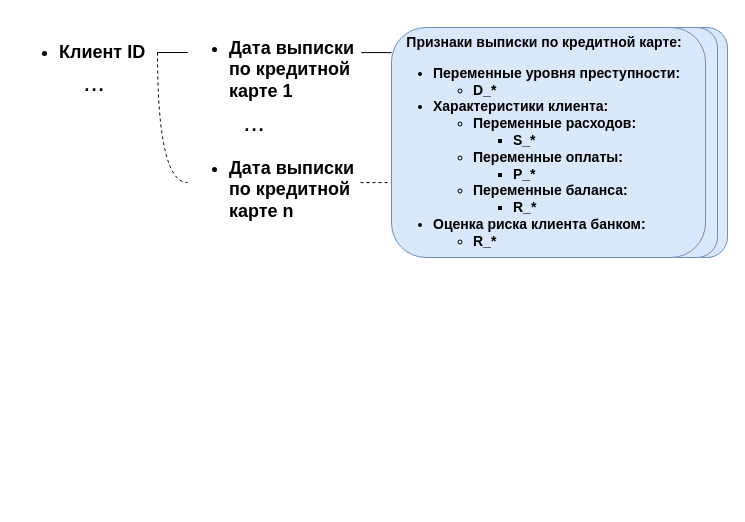
This is diplom_graphs/amex_feats.drawio from DenDiv/draw_io_graphs, a draw.io file, before an edit. Source tidied: cells renumbered, new cells numbered last; positions are measured from the earlier drawing's top-left corner, leaving out a move shared by most shapes. Both pictures are drawn from the tidied source at 100%, with x=0, y=0 at pixel (17, 17).
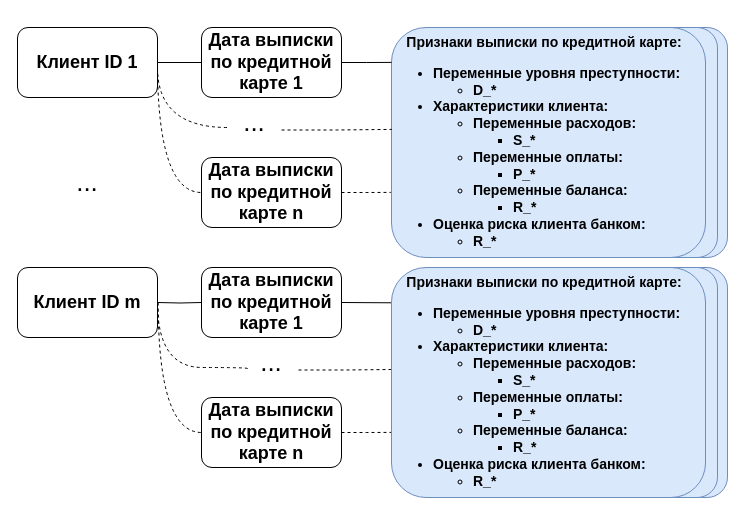
The same diagram, later.

Change to the diagram source:
```diff
@@
-    <mxCell id="4" style="edgeStyle=orthogonalEdgeStyle;rounded=0;jettySize=auto;html=1;exitX=1;exitY=0.5;exitDx=0;exitDy=0;entryX=0.002;entryY=0.387;entryDx=0;entryDy=0;entryPerimeter=0;fontSize=20;endArrow=none;endFill=0;" parent="1" edge="1" source="6" target="7">
-      <mxGeometry relative="1" as="geometry" />
-    </mxCell>
-    <mxCell id="5" style="edgeStyle=orthogonalEdgeStyle;rounded=0;jettySize=auto;html=1;exitX=1;exitY=0.5;exitDx=0;exitDy=0;fontSize=20;endArrow=none;endFill=0;elbow=vertical;curved=1;dashed=1;entryX=0;entryY=0.5;entryDx=0;entryDy=0;" parent="1" edge="1" source="6" target="11">
-      <mxGeometry relative="1" as="geometry">
-        <Array as="points">
-          <mxPoint x="140" y="165" />
-        </Array>
-      </mxGeometry>
-    </mxCell>
-    <mxCell id="6" value="&lt;ul style=&quot;font-size: 18px;&quot;&gt;&lt;li style=&quot;font-size: 18px;&quot;&gt;Клиент ID&amp;nbsp;&lt;/li&gt;&lt;/ul&gt;" style="text;strokeColor=none;fillColor=none;html=1;whiteSpace=wrap;verticalAlign=middle;overflow=hidden;fontSize=18;fontStyle=1;" parent="1" vertex="1">
-      <mxGeometry width="140" height="70" as="geometry" />
-    </mxCell>
-    <mxCell id="7" value="&lt;ul style=&quot;font-size: 18px;&quot;&gt;&lt;li style=&quot;font-size: 18px;&quot;&gt;Дата выписки по кредитной карте 1&lt;/li&gt;&lt;/ul&gt;" style="text;strokeColor=none;fillColor=none;html=1;whiteSpace=wrap;verticalAlign=middle;overflow=hidden;rounded=1;arcSize=50;shadow=0;align=left;fontSize=18;fontStyle=1;" parent="1" vertex="1">
-      <mxGeometry x="170" width="168" height="90" as="geometry" />
-    </mxCell>
-    <mxCell id="8" value="..." style="text;html=1;strokeColor=none;fillColor=none;align=center;verticalAlign=middle;whiteSpace=wrap;rounded=0;fontSize=26;" parent="1" vertex="1">
-      <mxGeometry x="210" y="90" width="54" height="30" as="geometry" />
-    </mxCell>
@@
-    <mxCell id="10" value="..." style="text;html=1;strokeColor=none;fillColor=none;align=center;verticalAlign=middle;whiteSpace=wrap;rounded=0;fontSize=26;" parent="1" vertex="1">
-      <mxGeometry x="50" y="50" width="54" height="30" as="geometry" />
-    </mxCell>
-    <mxCell id="11" value="&lt;ul style=&quot;font-size: 18px;&quot;&gt;&lt;li style=&quot;font-size: 18px;&quot;&gt;Дата выписки по кредитной карте n&lt;/li&gt;&lt;/ul&gt;" style="text;strokeColor=none;fillColor=none;html=1;whiteSpace=wrap;verticalAlign=middle;overflow=hidden;rounded=1;arcSize=50;shadow=0;align=left;fontSize=18;fontStyle=1;" parent="1" vertex="1">
-      <mxGeometry x="170" y="120" width="168" height="90" as="geometry" />
-    </mxCell>
-    <mxCell id="12" style="edgeStyle=orthogonalEdgeStyle;rounded=0;orthogonalLoop=1;jettySize=auto;html=1;exitX=1;exitY=0.5;exitDx=0;exitDy=0;entryX=0.002;entryY=0.387;entryDx=0;entryDy=0;entryPerimeter=0;fontSize=20;endArrow=none;endFill=0;" parent="1" edge="1">
-      <mxGeometry relative="1" as="geometry">
-        <mxPoint x="343.7" y="35.1" as="sourcePoint" />
-        <mxPoint x="374" y="34.9" as="targetPoint" />
-      </mxGeometry>
-    </mxCell>
-    <mxCell id="13" style="edgeStyle=orthogonalEdgeStyle;rounded=0;orthogonalLoop=1;jettySize=auto;html=1;exitX=1;exitY=0.5;exitDx=0;exitDy=0;entryX=0.002;entryY=0.387;entryDx=0;entryDy=0;entryPerimeter=0;fontSize=20;endArrow=none;endFill=0;dashed=1;" parent="1" edge="1">
-      <mxGeometry relative="1" as="geometry">
-        <mxPoint x="343" y="165.1" as="sourcePoint" />
-        <mxPoint x="373.3" y="164.9" as="targetPoint" />
-      </mxGeometry>
-    </mxCell>
+    <mxCell id="14" style="edgeStyle=orthogonalEdgeStyle;rounded=0;jettySize=auto;html=1;exitX=1;exitY=0.5;exitDx=0;exitDy=0;entryX=0;entryY=0.5;entryDx=0;entryDy=0;fontSize=20;endArrow=none;endFill=0;" parent="1" edge="1" source="16" target="24">
+      <mxGeometry relative="1" as="geometry" />
+    </mxCell>
+    <mxCell id="15" style="edgeStyle=orthogonalEdgeStyle;rounded=0;jettySize=auto;html=1;exitX=1;exitY=0.5;exitDx=0;exitDy=0;fontSize=20;endArrow=none;endFill=0;elbow=vertical;curved=1;dashed=1;entryX=0;entryY=0.5;entryDx=0;entryDy=0;" parent="1" edge="1" source="16" target="25">
+      <mxGeometry relative="1" as="geometry">
+        <Array as="points">
+          <mxPoint x="140" y="175" />
+        </Array>
+      </mxGeometry>
+    </mxCell>
+    <mxCell id="16" value="&lt;div style=&quot;&quot;&gt;&lt;span style=&quot;background-color: initial;&quot;&gt;Клиент ID 1&lt;/span&gt;&lt;/div&gt;" style="text;strokeColor=default;fillColor=none;html=1;whiteSpace=wrap;verticalAlign=middle;overflow=hidden;fontSize=18;fontStyle=1;rounded=1;align=center;" parent="1" vertex="1">
+      <mxGeometry y="10" width="140" height="70" as="geometry" />
+    </mxCell>
+    <mxCell id="17" value="..." style="text;html=1;strokeColor=none;fillColor=none;align=center;verticalAlign=middle;whiteSpace=wrap;rounded=0;fontSize=26;" parent="1" vertex="1">
+      <mxGeometry x="210" y="90" width="54" height="30" as="geometry" />
+    </mxCell>
+    <mxCell id="18" value="..." style="text;html=1;strokeColor=none;fillColor=none;align=center;verticalAlign=middle;whiteSpace=wrap;rounded=0;fontSize=26;" parent="1" vertex="1">
+      <mxGeometry x="43" y="150" width="54" height="30" as="geometry" />
+    </mxCell>
+    <mxCell id="19" style="edgeStyle=orthogonalEdgeStyle;rounded=0;jettySize=auto;html=1;exitX=1;exitY=0.5;exitDx=0;exitDy=0;entryX=0.002;entryY=0.387;entryDx=0;entryDy=0;entryPerimeter=0;fontSize=20;endArrow=none;endFill=0;" parent="1" edge="1" source="24">
+      <mxGeometry relative="1" as="geometry">
+        <mxPoint x="374" y="44.9" as="targetPoint" />
+      </mxGeometry>
+    </mxCell>
+    <mxCell id="20" style="edgeStyle=orthogonalEdgeStyle;rounded=0;jettySize=auto;html=1;exitX=1;exitY=0.5;exitDx=0;exitDy=0;entryX=0.002;entryY=0.387;entryDx=0;entryDy=0;entryPerimeter=0;fontSize=20;endArrow=none;endFill=0;dashed=1;" parent="1" edge="1" source="25">
+      <mxGeometry relative="1" as="geometry">
+        <mxPoint x="373.3" y="174.9" as="targetPoint" />
+      </mxGeometry>
+    </mxCell>
+    <mxCell id="21" value="&lt;div style=&quot;&quot;&gt;&lt;span style=&quot;background-color: initial;&quot;&gt;Клиент ID m&lt;/span&gt;&lt;/div&gt;" style="text;strokeColor=default;fillColor=none;html=1;whiteSpace=wrap;verticalAlign=middle;overflow=hidden;fontSize=18;fontStyle=1;rounded=1;align=center;" parent="1" vertex="1">
+      <mxGeometry y="250" width="140" height="70" as="geometry" />
+    </mxCell>
+    <mxCell id="22" style="edgeStyle=orthogonalEdgeStyle;rounded=0;orthogonalLoop=1;jettySize=auto;html=1;exitX=1;exitY=0.5;exitDx=0;exitDy=0;fontSize=20;endArrow=none;endFill=0;elbow=vertical;curved=1;dashed=1;" parent="1" edge="1">
+      <mxGeometry relative="1" as="geometry">
+        <mxPoint x="140" y="50" as="sourcePoint" />
+        <mxPoint x="210" y="110" as="targetPoint" />
+        <Array as="points">
+          <mxPoint x="140" y="110" />
+          <mxPoint x="210" y="110" />
+        </Array>
+      </mxGeometry>
+    </mxCell>
+    <mxCell id="23" style="edgeStyle=orthogonalEdgeStyle;rounded=0;jettySize=auto;html=1;exitX=1;exitY=0.5;exitDx=0;exitDy=0;entryX=0;entryY=0.5;entryDx=0;entryDy=0;fontSize=20;endArrow=none;endFill=0;" parent="1" edge="1" target="27">
+      <mxGeometry relative="1" as="geometry">
+        <mxPoint x="140" y="285" as="sourcePoint" />
+      </mxGeometry>
+    </mxCell>
+    <mxCell id="24" value="&lt;div style=&quot;&quot;&gt;&lt;span style=&quot;background-color: initial;&quot;&gt;Дата выписки по кредитной карте 1&lt;/span&gt;&lt;/div&gt;" style="text;strokeColor=default;fillColor=none;html=1;whiteSpace=wrap;verticalAlign=middle;overflow=hidden;fontSize=18;fontStyle=1;rounded=1;align=center;" parent="1" vertex="1">
+      <mxGeometry x="184" y="10" width="140" height="70" as="geometry" />
+    </mxCell>
+    <mxCell id="25" value="Дата выписки по кредитной карте&amp;nbsp;&lt;span style=&quot;background-color: initial;&quot;&gt;n&lt;/span&gt;" style="text;strokeColor=default;fillColor=none;html=1;whiteSpace=wrap;verticalAlign=middle;overflow=hidden;fontSize=18;fontStyle=1;rounded=1;align=center;" parent="1" vertex="1">
+      <mxGeometry x="184" y="140" width="140" height="70" as="geometry" />
+    </mxCell>
+    <mxCell id="26" style="edgeStyle=orthogonalEdgeStyle;rounded=0;jettySize=auto;html=1;exitX=1;exitY=0.75;exitDx=0;exitDy=0;entryX=0.001;entryY=0.443;entryDx=0;entryDy=0;entryPerimeter=0;fontSize=20;endArrow=none;endFill=0;dashed=1;" parent="1" edge="1" source="17">
+      <mxGeometry relative="1" as="geometry">
+        <mxPoint x="374.3" y="111.9" as="targetPoint" />
+      </mxGeometry>
+    </mxCell>
+    <mxCell id="27" value="Дата выписки по кредитной карте&amp;nbsp;&lt;span style=&quot;background-color: initial;&quot;&gt;1&lt;/span&gt;" style="text;strokeColor=default;fillColor=none;html=1;whiteSpace=wrap;verticalAlign=middle;overflow=hidden;fontSize=18;fontStyle=1;rounded=1;align=center;" parent="1" vertex="1">
+      <mxGeometry x="184" y="250" width="140" height="70" as="geometry" />
+    </mxCell>
+    <mxCell id="28" style="endArrow=none;html=1;rounded=0;exitX=1;exitY=0.5;exitDx=0;exitDy=0;entryX=0.003;entryY=0.133;entryDx=0;entryDy=0;entryPerimeter=0;" parent="1" edge="1" source="27">
+      <mxGeometry relative="1" as="geometry">
+        <mxPoint x="374.8" y="285.3" as="targetPoint" />
+      </mxGeometry>
+    </mxCell>
+    <mxCell id="29" value="..." style="text;html=1;strokeColor=none;fillColor=none;align=center;verticalAlign=middle;whiteSpace=wrap;rounded=0;fontSize=26;" parent="1" vertex="1">
+      <mxGeometry x="227" y="330" width="54" height="30" as="geometry" />
+    </mxCell>
+    <mxCell id="30" style="edgeStyle=orthogonalEdgeStyle;rounded=0;orthogonalLoop=1;jettySize=auto;html=1;exitX=1;exitY=0.5;exitDx=0;exitDy=0;fontSize=20;endArrow=none;endFill=0;elbow=vertical;curved=1;dashed=1;" parent="1" edge="1">
+      <mxGeometry relative="1" as="geometry">
+        <mxPoint x="140" y="285" as="sourcePoint" />
+        <mxPoint x="230" y="350" as="targetPoint" />
+        <Array as="points">
+          <mxPoint x="140" y="350" />
+          <mxPoint x="230" y="350" />
+          <mxPoint x="230" y="352" />
+        </Array>
+      </mxGeometry>
+    </mxCell>
+    <mxCell id="31" style="edgeStyle=orthogonalEdgeStyle;rounded=0;jettySize=auto;html=1;exitX=1;exitY=0.75;exitDx=0;exitDy=0;fontSize=20;endArrow=none;endFill=0;dashed=1;" parent="1" edge="1" source="29">
+      <mxGeometry relative="1" as="geometry">
+        <mxPoint x="374" y="352" as="targetPoint" />
+        <Array as="points">
+          <mxPoint x="328" y="352" />
+          <mxPoint x="374" y="352" />
+        </Array>
+      </mxGeometry>
+    </mxCell>
+    <mxCell id="32" style="edgeStyle=orthogonalEdgeStyle;rounded=0;jettySize=auto;html=1;exitX=1;exitY=0.5;exitDx=0;exitDy=0;fontSize=20;endArrow=none;endFill=0;elbow=vertical;curved=1;dashed=1;entryX=0;entryY=0.5;entryDx=0;entryDy=0;" parent="1" edge="1" target="34">
+      <mxGeometry relative="1" as="geometry">
+        <mxPoint x="140.7" y="285" as="sourcePoint" />
+        <Array as="points">
+          <mxPoint x="140.7" y="415" />
+        </Array>
+      </mxGeometry>
+    </mxCell>
+    <mxCell id="33" style="edgeStyle=orthogonalEdgeStyle;rounded=0;jettySize=auto;html=1;exitX=1;exitY=0.5;exitDx=0;exitDy=0;entryX=0.002;entryY=0.387;entryDx=0;entryDy=0;entryPerimeter=0;fontSize=20;endArrow=none;endFill=0;dashed=1;" parent="1" edge="1" source="34">
+      <mxGeometry relative="1" as="geometry">
+        <mxPoint x="374" y="414.9" as="targetPoint" />
+      </mxGeometry>
+    </mxCell>
+    <mxCell id="34" value="Дата выписки по кредитной карте&amp;nbsp;&lt;span style=&quot;background-color: initial;&quot;&gt;n&lt;/span&gt;" style="text;strokeColor=default;fillColor=none;html=1;whiteSpace=wrap;verticalAlign=middle;overflow=hidden;fontSize=18;fontStyle=1;rounded=1;align=center;" parent="1" vertex="1">
+      <mxGeometry x="184" y="380" width="140" height="70" as="geometry" />
+    </mxCell>
+    <mxCell id="35" style="rounded=1;whiteSpace=wrap;html=1;shadow=0;labelBackgroundColor=none;labelBorderColor=none;strokeColor=#6c8ebf;fontSize=20;fillColor=#dae8fc;" parent="1" vertex="1">
+      <mxGeometry x="574" y="250" width="136" height="230" as="geometry" />
+    </mxCell>
+    <mxCell id="36" style="rounded=1;whiteSpace=wrap;html=1;shadow=0;labelBackgroundColor=none;labelBorderColor=none;strokeColor=#6c8ebf;fontSize=20;fillColor=#dae8fc;" parent="1" vertex="1">
+      <mxGeometry x="564" y="250" width="136" height="230" as="geometry" />
+    </mxCell>
+    <mxCell id="37" value="&amp;nbsp; &amp;nbsp; &lt;font style=&quot;font-size: 14px;&quot;&gt;Признаки выписки по кредитной карте:&lt;br&gt;&lt;/font&gt;&lt;ul style=&quot;font-size: 14px;&quot;&gt;&lt;li style=&quot;&quot;&gt;&lt;font style=&quot;font-size: 14px;&quot;&gt;Переменные уровня преступности:&lt;/font&gt;&lt;/li&gt;&lt;ul style=&quot;&quot;&gt;&lt;li&gt;&lt;font style=&quot;font-size: 14px;&quot;&gt;D_*&amp;nbsp;&lt;/font&gt;&lt;/li&gt;&lt;/ul&gt;&lt;li style=&quot;&quot;&gt;&lt;font style=&quot;font-size: 14px;&quot;&gt;Характеристики клиента:&lt;/font&gt;&lt;/li&gt;&lt;ul style=&quot;&quot;&gt;&lt;li&gt;&lt;font style=&quot;font-size: 14px;&quot;&gt;Переменные расходов:&lt;/font&gt;&lt;/li&gt;&lt;ul&gt;&lt;li&gt;&lt;font style=&quot;font-size: 14px;&quot;&gt;S_*&lt;/font&gt;&lt;/li&gt;&lt;/ul&gt;&lt;li&gt;&lt;font style=&quot;font-size: 14px;&quot;&gt;Переменные оплаты:&lt;/font&gt;&lt;/li&gt;&lt;ul&gt;&lt;li&gt;&lt;font style=&quot;font-size: 14px;&quot;&gt;P_*&lt;/font&gt;&lt;/li&gt;&lt;/ul&gt;&lt;li&gt;&lt;font style=&quot;font-size: 14px;&quot;&gt;Переменные баланса:&lt;/font&gt;&lt;/li&gt;&lt;ul&gt;&lt;li&gt;&lt;font style=&quot;font-size: 14px;&quot;&gt;R_*&lt;/font&gt;&lt;/li&gt;&lt;/ul&gt;&lt;/ul&gt;&lt;li style=&quot;&quot;&gt;&lt;font style=&quot;font-size: 14px;&quot;&gt;Оценка риска клиента банком:&lt;/font&gt;&lt;/li&gt;&lt;ul style=&quot;&quot;&gt;&lt;li style=&quot;&quot;&gt;&lt;font style=&quot;font-size: 14px;&quot;&gt;R_*&lt;/font&gt;&lt;/li&gt;&lt;/ul&gt;&lt;/ul&gt;" style="rounded=1;html=1;align=left;verticalAlign=top;labelBackgroundColor=none;labelBorderColor=none;whiteSpace=wrap;spacing=2;fillColor=#dae8fc;strokeColor=#6c8ebf;fontStyle=1;" parent="1" vertex="1">
+      <mxGeometry x="374" y="250" width="314" height="230" as="geometry" />
+    </mxCell>
```
